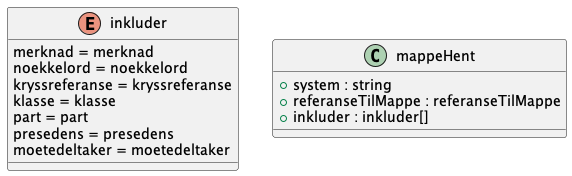
This is Dokumentasjon/V1/SchemaModels/no/ks/fiks/arkiv/v1/innsyn/mappe/hent.png from ks-no/fiks-arkiv-specification, a PlantUML export, as it was before one commit.
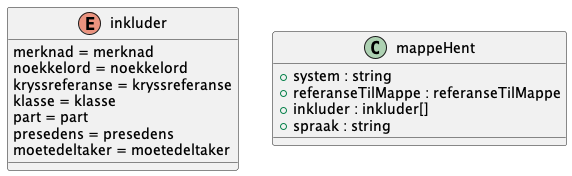
The same file after the commit.

What changed in the source:
```diff
@@ -13,6 +13,7 @@
     +system : string
     +referanseTilMappe : referanseTilMappe
     +inkluder : inkluder[]
+    +spraak : string
 }
 
 @enduml
```
